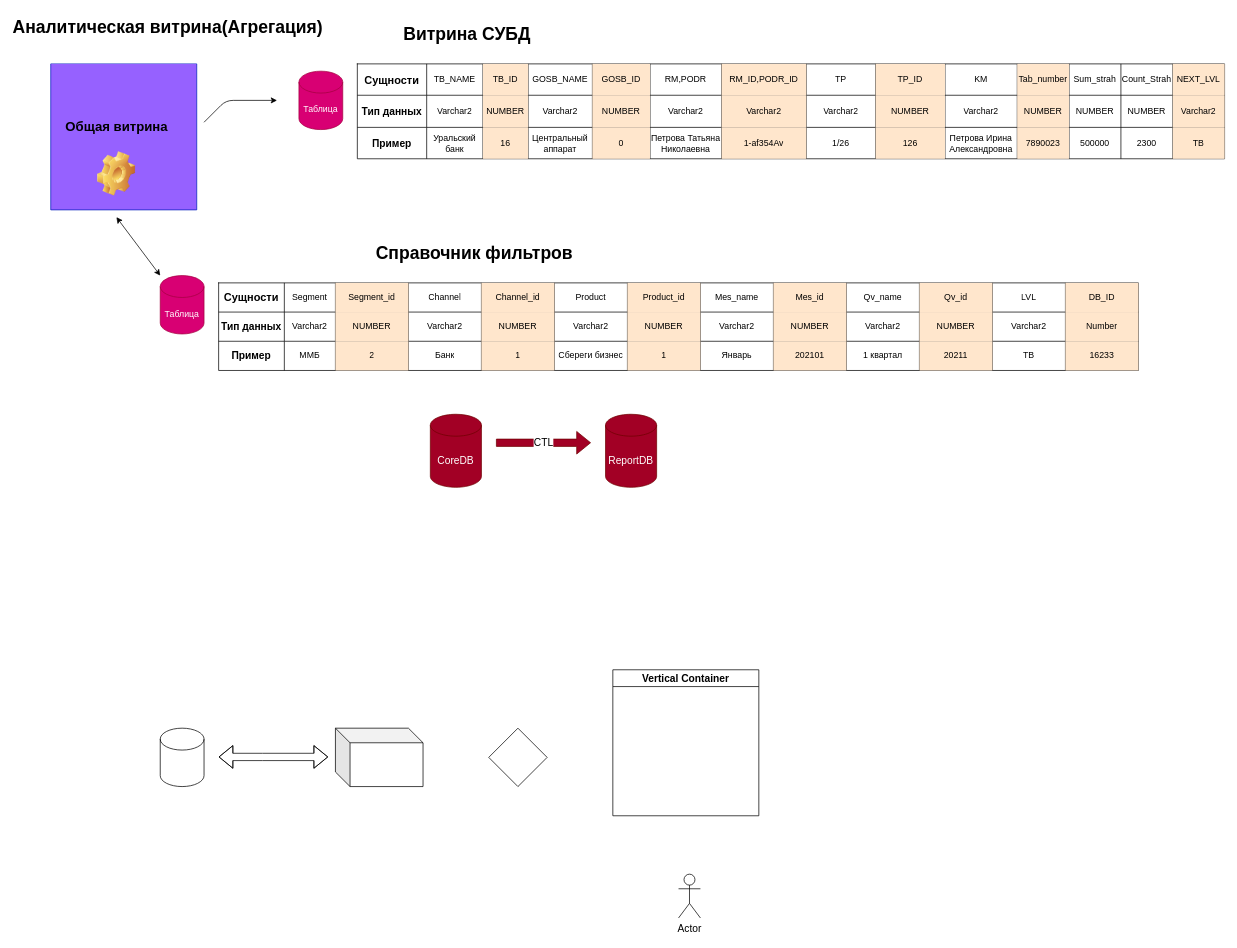
Above: Untitled Diagram.drawio in cayfer12/ISKRA (draw.io), before the change. Source tidied: cells renumbered, new cells numbered last; positions are measured from the earlier drawing's top-left corner, leaving out a move shared by most shapes. Both pictures are drawn from the tidied source at 73%, with x=0, y=0 at pixel (50, 12).
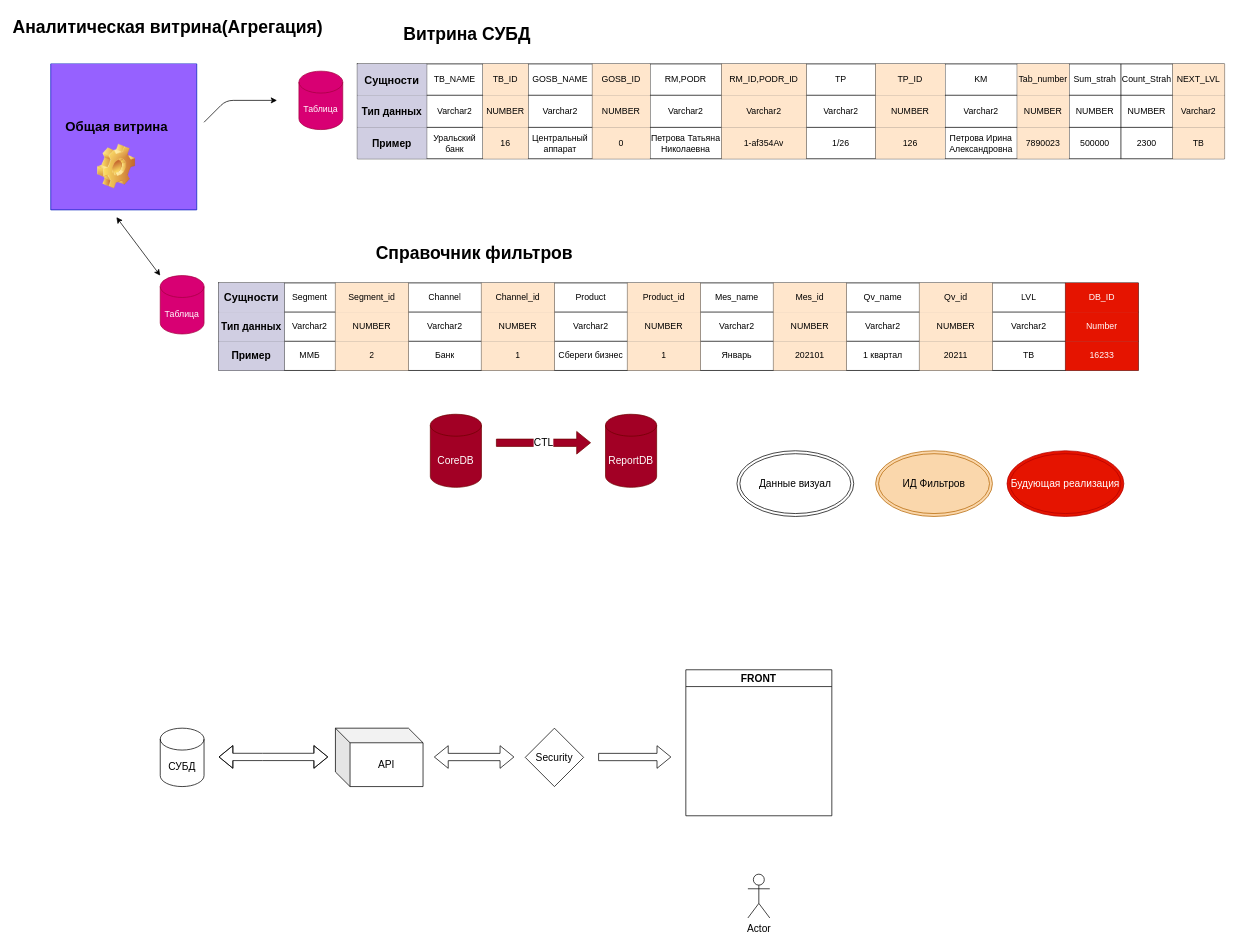
The same page after the edit.

Unchanged cells that the change refers to:
```xml
<mxCell id="4" style="shape=partialRectangle;html=1;whiteSpace=wrap;fillColor=none;top=0;left=0;bottom=0;right=0;" parent="3" vertex="1">
  <mxGeometry width="1188" height="43" as="geometry" />
</mxCell>
<mxCell id="19" style="shape=partialRectangle;html=1;whiteSpace=wrap;fillColor=none;top=0;left=0;bottom=0;right=0;" parent="3" vertex="1">
  <mxGeometry y="43" width="1188" height="44" as="geometry" />
</mxCell>
<mxCell id="34" style="shape=partialRectangle;html=1;whiteSpace=wrap;fillColor=none;top=0;left=0;bottom=0;right=0;" parent="3" vertex="1">
  <mxGeometry y="87" width="1188" height="43" as="geometry" />
</mxCell>
<mxCell id="51" style="shape=partialRectangle;html=1;whiteSpace=wrap;fillColor=none;top=0;left=0;bottom=0;right=0;" parent="50" vertex="1">
  <mxGeometry width="1260" height="40" as="geometry" />
</mxCell>
<mxCell id="65" style="shape=partialRectangle;html=1;whiteSpace=wrap;fillColor=none;top=0;left=0;bottom=0;right=0;" parent="50" vertex="1">
  <mxGeometry y="40" width="1260" height="40" as="geometry" />
</mxCell>
<mxCell id="79" style="shape=partialRectangle;html=1;whiteSpace=wrap;fillColor=none;top=0;left=0;bottom=0;right=0;" parent="50" vertex="1">
  <mxGeometry y="80" width="1260" height="40" as="geometry" />
</mxCell>
<mxCell id="95" style="swimlane;startSize=0;fontSize=14;fillColor=#0050ef;strokeColor=#001DBC;fontColor=#ffffff;swimlaneFillColor=#9661FF;" parent="1" vertex="1">
  <mxGeometry y="70" width="200" height="200" as="geometry" />
</mxCell>
```

What changed in the source:
```diff
@@
-    <mxCell id="5" value="Сущности" style="shape=partialRectangle;html=1;whiteSpace=wrap;fillColor=none;top=0;left=0;bottom=0;right=0;overflow=hidden;fontStyle=1;fontSize=15;" parent="4" vertex="1">
+    <mxCell id="5" value="Сущности" style="shape=partialRectangle;html=1;whiteSpace=wrap;fillColor=#d0cee2;top=0;left=0;bottom=0;right=0;overflow=hidden;fontStyle=1;fontSize=15;strokeColor=#56517e;" parent="4" vertex="1">
       <mxGeometry width="95" height="43" as="geometry" />
     </mxCell>
@@
-    <mxCell id="20" value="Тип данных" style="shape=partialRectangle;html=1;whiteSpace=wrap;fillColor=none;top=0;left=0;bottom=0;right=0;overflow=hidden;fontStyle=1;fontSize=14;" parent="19" vertex="1">
+    <mxCell id="20" value="Тип данных" style="shape=partialRectangle;html=1;whiteSpace=wrap;fillColor=#d0cee2;top=0;left=0;bottom=0;right=0;overflow=hidden;fontStyle=1;fontSize=14;strokeColor=#56517e;" parent="19" vertex="1">
       <mxGeometry width="95" height="44" as="geometry" />
     </mxCell>
@@
-    <mxCell id="35" value="Пример" style="shape=partialRectangle;html=1;whiteSpace=wrap;fillColor=none;top=0;left=0;bottom=0;right=0;overflow=hidden;fontStyle=1;fontSize=14;" parent="34" vertex="1">
+    <mxCell id="35" value="Пример" style="shape=partialRectangle;html=1;whiteSpace=wrap;fillColor=#d0cee2;top=0;left=0;bottom=0;right=0;overflow=hidden;fontStyle=1;fontSize=14;strokeColor=#56517e;" parent="34" vertex="1">
       <mxGeometry width="95" height="43" as="geometry" />
     </mxCell>
@@
-    <mxCell id="52" value="Сущности" style="shape=partialRectangle;html=1;whiteSpace=wrap;fillColor=none;top=0;left=0;bottom=0;right=0;overflow=hidden;fontStyle=1;fontSize=15;" parent="51" vertex="1">
+    <mxCell id="52" value="Сущности" style="shape=partialRectangle;html=1;whiteSpace=wrap;fillColor=#d0cee2;top=0;left=0;bottom=0;right=0;overflow=hidden;fontStyle=1;fontSize=15;strokeColor=#56517e;" parent="51" vertex="1">
       <mxGeometry width="90" height="40" as="geometry" />
     </mxCell>
@@
-    <mxCell id="64" value="DB_ID" style="shape=partialRectangle;html=1;whiteSpace=wrap;fillColor=#ffe6cc;top=0;left=0;bottom=0;right=0;overflow=hidden;strokeColor=#d79b00;" parent="51" vertex="1">
+    <mxCell id="64" value="DB_ID" style="shape=partialRectangle;html=1;whiteSpace=wrap;fillColor=#e51400;top=0;left=0;bottom=0;right=0;overflow=hidden;strokeColor=#B20000;fontColor=#ffffff;" parent="51" vertex="1">
       <mxGeometry x="1160" width="100" height="40" as="geometry" />
     </mxCell>
@@
-    <mxCell id="66" value="Тип данных" style="shape=partialRectangle;html=1;whiteSpace=wrap;fillColor=none;top=0;left=0;bottom=0;right=0;overflow=hidden;fontStyle=1;fontSize=14;" parent="65" vertex="1">
+    <mxCell id="66" value="Тип данных" style="shape=partialRectangle;html=1;whiteSpace=wrap;fillColor=#d0cee2;top=0;left=0;bottom=0;right=0;overflow=hidden;fontStyle=1;fontSize=14;strokeColor=#56517e;" parent="65" vertex="1">
       <mxGeometry width="90" height="40" as="geometry" />
     </mxCell>
@@
-    <mxCell id="78" value="Number" style="shape=partialRectangle;html=1;whiteSpace=wrap;fillColor=#ffe6cc;top=0;left=0;bottom=0;right=0;overflow=hidden;strokeColor=#d79b00;" parent="65" vertex="1">
+    <mxCell id="78" value="Number" style="shape=partialRectangle;html=1;whiteSpace=wrap;fillColor=#e51400;top=0;left=0;bottom=0;right=0;overflow=hidden;strokeColor=#B20000;fontColor=#ffffff;" parent="65" vertex="1">
       <mxGeometry x="1160" width="100" height="40" as="geometry" />
     </mxCell>
@@
-    <mxCell id="80" value="Пример" style="shape=partialRectangle;html=1;whiteSpace=wrap;fillColor=none;top=0;left=0;bottom=0;right=0;overflow=hidden;fontStyle=1;fontSize=14;" parent="79" vertex="1">
+    <mxCell id="80" value="Пример" style="shape=partialRectangle;html=1;whiteSpace=wrap;fillColor=#d0cee2;top=0;left=0;bottom=0;right=0;overflow=hidden;fontStyle=1;fontSize=14;strokeColor=#56517e;" parent="79" vertex="1">
       <mxGeometry width="90" height="40" as="geometry" />
     </mxCell>
@@
-    <mxCell id="92" value="16233" style="shape=partialRectangle;html=1;whiteSpace=wrap;fillColor=#ffe6cc;top=0;left=0;bottom=0;right=0;overflow=hidden;strokeColor=#d79b00;" parent="79" vertex="1">
+    <mxCell id="92" value="16233" style="shape=partialRectangle;html=1;whiteSpace=wrap;fillColor=#e51400;top=0;left=0;bottom=0;right=0;overflow=hidden;strokeColor=#B20000;fontColor=#ffffff;" parent="79" vertex="1">
       <mxGeometry x="1160" width="100" height="40" as="geometry" />
     </mxCell>
@@
     <mxCell id="97" style="shape=image;html=1;verticalLabelPosition=bottom;verticalAlign=top;imageAspect=1;image=img/clipart/Gear_128x128.png;fontSize=14;" parent="95" vertex="1">
-      <mxGeometry x="64" y="120" width="52" height="61" as="geometry" />
+      <mxGeometry x="64" y="110" width="52" height="61" as="geometry" />
     </mxCell>
@@
-    <mxCell id="100" style="shape=cylinder3;whiteSpace=wrap;html=1;boundedLbl=1;backgroundOutline=1;size=15;fontSize=14;" parent="1" vertex="1">
+    <mxCell id="100" value="СУБД" style="shape=cylinder3;whiteSpace=wrap;html=1;boundedLbl=1;backgroundOutline=1;size=15;fontSize=14;" parent="1" vertex="1">
       <mxGeometry x="150" y="980" width="60" height="80" as="geometry" />
     </mxCell>
@@
-    <mxCell id="102" style="shape=cube;whiteSpace=wrap;html=1;boundedLbl=1;backgroundOutline=1;darkOpacity=0.05;darkOpacity2=0.1;fontSize=14;" parent="1" vertex="1">
+    <mxCell id="102" value="API" style="shape=cube;whiteSpace=wrap;html=1;boundedLbl=1;backgroundOutline=1;darkOpacity=0.05;darkOpacity2=0.1;fontSize=14;" parent="1" vertex="1">
       <mxGeometry x="390" y="980" width="120" height="80" as="geometry" />
     </mxCell>
-    <mxCell id="103" value="Vertical Container" style="swimlane;fontSize=14;" parent="1" vertex="1">
-      <mxGeometry x="770" y="900" width="200" height="200" as="geometry" />
+    <mxCell id="103" value="FRONT" style="swimlane;fontSize=14;" parent="1" vertex="1">
+      <mxGeometry x="870" y="900" width="200" height="200" as="geometry" />
     </mxCell>
-    <mxCell id="104" style="rhombus;whiteSpace=wrap;html=1;fontSize=14;" parent="1" vertex="1">
-      <mxGeometry x="600" y="980" width="80" height="80" as="geometry" />
+    <mxCell id="104" value="Security" style="rhombus;whiteSpace=wrap;html=1;fontSize=14;" parent="1" vertex="1">
+      <mxGeometry x="650" y="980" width="80" height="80" as="geometry" />
     </mxCell>
     <mxCell id="105" value="Actor" style="shape=umlActor;verticalLabelPosition=bottom;verticalAlign=top;html=1;fontSize=14;" parent="1" vertex="1">
-      <mxGeometry x="860" y="1180" width="30" height="60" as="geometry" />
+      <mxGeometry x="955" y="1180" width="30" height="60" as="geometry" />
     </mxCell>
@@
+    <mxCell id="110" value="Будующая реализация" style="ellipse;shape=doubleEllipse;whiteSpace=wrap;html=1;fontSize=14;fillColor=#e51400;strokeColor=#B20000;fontColor=#ffffff;" parent="1" vertex="1">
+      <mxGeometry x="1310" y="600" width="160" height="90" as="geometry" />
+    </mxCell>
+    <mxCell id="111" value="ИД Фильтров" style="ellipse;shape=doubleEllipse;whiteSpace=wrap;html=1;fontSize=14;fillColor=#fad7ac;strokeColor=#b46504;" parent="1" vertex="1">
+      <mxGeometry x="1130" y="600" width="160" height="90" as="geometry" />
+    </mxCell>
+    <mxCell id="112" value="Данные визуал" style="ellipse;shape=doubleEllipse;whiteSpace=wrap;html=1;fontSize=14;gradientColor=none;" parent="1" vertex="1">
+      <mxGeometry x="940" y="600" width="160" height="90" as="geometry" />
+    </mxCell>
+    <mxCell id="113" style="shape=flexArrow;endArrow=classic;startArrow=classic;html=1;fontSize=14;" parent="1" edge="1">
+      <mxGeometry relative="1" as="geometry">
+        <mxPoint x="525" y="1019.5" as="sourcePoint" />
+        <mxPoint x="635" y="1019.5" as="targetPoint" />
+      </mxGeometry>
+    </mxCell>
+    <mxCell id="114" style="shape=flexArrow;endArrow=classic;html=1;fontSize=14;" parent="1" edge="1">
+      <mxGeometry relative="1" as="geometry">
+        <mxPoint x="750" y="1019.5" as="sourcePoint" />
+        <mxPoint x="850" y="1019.5" as="targetPoint" />
+      </mxGeometry>
+    </mxCell>
```
